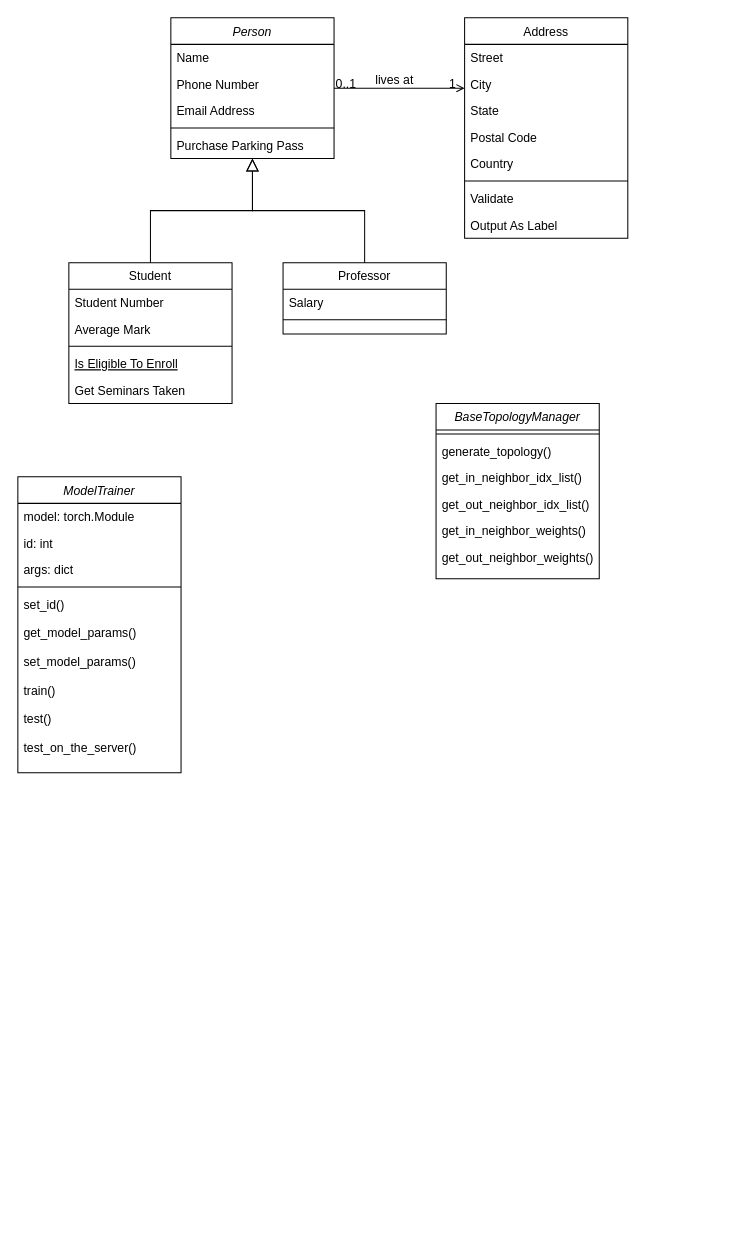
Above: FedML.drawio in joneswong/draw (draw.io), before the change. Source tidied: cells renumbered, new cells numbered last; positions are measured from the earlier drawing's top-left corner, leaving out a move shared by most shapes. Both pictures are drawn from the tidied source at 102%, with x=0, y=0 at pixel (17, 17).
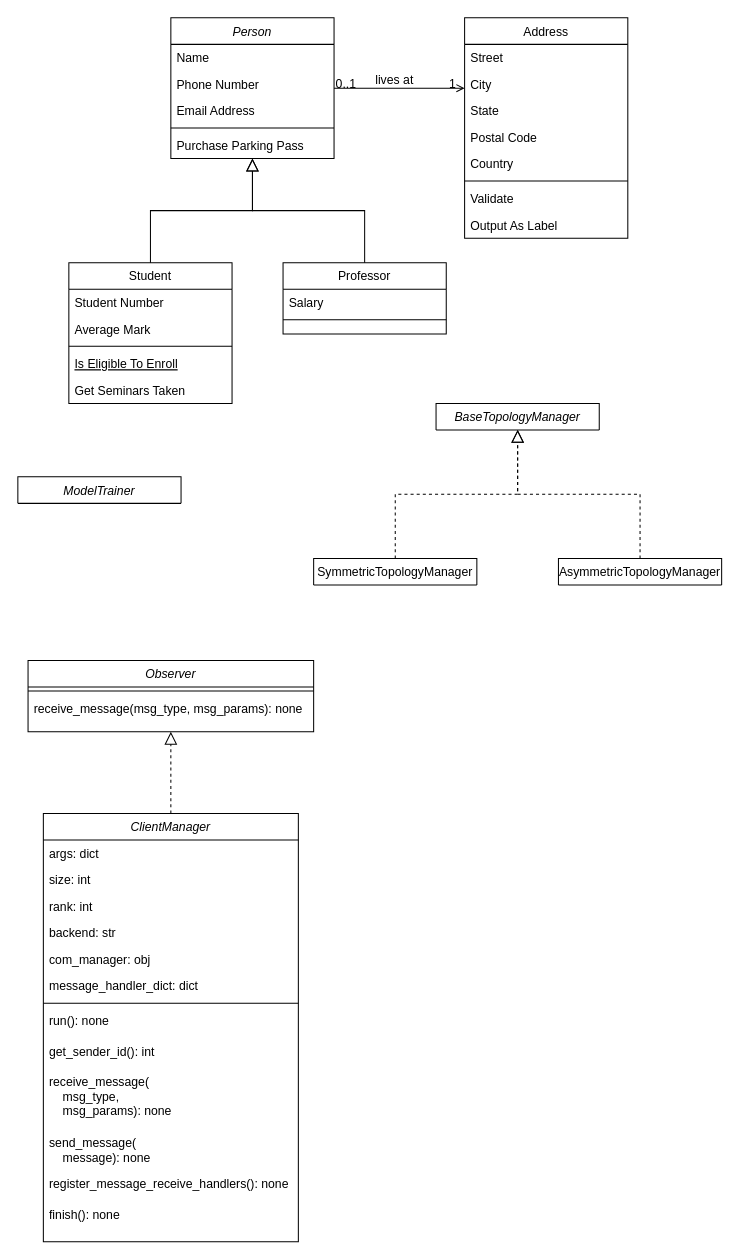
Above is the later version.

Diff of the diagram source:
```diff
@@
-    <mxCell id="32" value="ModelTrainer" style="swimlane;fontStyle=2;align=center;verticalAlign=top;horizontal=1;startSize=26;rounded=0;shadow=0;strokeWidth=1;" parent="1" vertex="1">
-      <mxGeometry y="450" width="160" height="290" as="geometry" />
+    <mxCell id="32" value="ModelTrainer" style="swimlane;fontStyle=2;align=center;verticalAlign=top;horizontal=1;startSize=26;rounded=0;shadow=0;strokeWidth=1;" parent="1" vertex="1" collapsed="1">
+      <mxGeometry y="450" width="160" height="26" as="geometry" />
     </mxCell>
-    <mxCell id="33" value="model: torch.Module" style="text;align=left;verticalAlign=top;spacingLeft=4;spacingRight=4;overflow=hidden;" parent="32" vertex="1">
-      <mxGeometry y="26" width="160" height="26" as="geometry" />
-    </mxCell>
-    <mxCell id="34" value="id: int" style="text;align=left;verticalAlign=top;spacingLeft=4;spacingRight=4;overflow=hidden;rounded=0;shadow=0;html=0;" parent="32" vertex="1">
-      <mxGeometry y="52" width="160" height="26" as="geometry" />
-    </mxCell>
+    <mxCell id="43" value="BaseTopologyManager" style="swimlane;fontStyle=2;align=center;verticalAlign=top;horizontal=1;startSize=26;rounded=0;shadow=0;strokeWidth=1;" parent="1" vertex="1" collapsed="1">
+      <mxGeometry x="410" y="378" width="160" height="26" as="geometry" />
+    </mxCell>
+    <mxCell id="50" value="SymmetricTopologyManager" style="swimlane;fontStyle=0;align=center;verticalAlign=top;horizontal=1;startSize=26;rounded=0;shadow=0;strokeWidth=1;" parent="1" vertex="1" collapsed="1">
+      <mxGeometry x="290" y="530" width="160" height="26" as="geometry" />
+    </mxCell>
+    <mxCell id="51" style="endArrow=block;endSize=10;endFill=0;shadow=0;strokeWidth=1;rounded=0;edgeStyle=elbowEdgeStyle;elbow=vertical;exitX=0.5;exitY=0;exitDx=0;exitDy=0;entryX=0.5;entryY=1;entryDx=0;entryDy=0;dashed=1;" parent="1" edge="1" source="50" target="43">
+      <mxGeometry relative="1" as="geometry" />
+    </mxCell>
+    <mxCell id="52" value="AsymmetricTopologyManager" style="swimlane;fontStyle=0;align=center;verticalAlign=top;horizontal=1;startSize=26;rounded=0;shadow=0;strokeWidth=1;" parent="1" vertex="1" collapsed="1">
+      <mxGeometry x="530" y="530" width="160" height="26" as="geometry" />
+    </mxCell>
+    <mxCell id="53" style="endArrow=block;endSize=10;endFill=0;shadow=0;strokeWidth=1;rounded=0;edgeStyle=elbowEdgeStyle;elbow=vertical;entryX=0.5;entryY=1;entryDx=0;entryDy=0;exitX=0.5;exitY=0;exitDx=0;exitDy=0;dashed=1;" parent="1" edge="1" source="52" target="43">
+      <mxGeometry relative="1" as="geometry" />
+    </mxCell>
+    <mxCell id="54" value="Observer" style="swimlane;fontStyle=2;align=center;verticalAlign=top;horizontal=1;startSize=26;rounded=0;shadow=0;strokeWidth=1;" parent="1" vertex="1">
+      <mxGeometry x="10" y="630" width="280" height="70" as="geometry" />
+    </mxCell>
+    <mxCell id="55" style="line;html=1;strokeWidth=1;align=left;verticalAlign=middle;spacingTop=-1;spacingLeft=3;spacingRight=3;labelPosition=right;" parent="54" vertex="1">
+      <mxGeometry y="26" width="280" height="8" as="geometry" />
+    </mxCell>
+    <mxCell id="56" value="receive_message(msg_type, msg_params): none" style="text;align=left;verticalAlign=top;spacingLeft=4;spacingRight=4;overflow=hidden;" parent="54" vertex="1">
+      <mxGeometry y="34" width="280" height="26" as="geometry" />
+    </mxCell>
+    <mxCell id="57" value="ClientManager" style="swimlane;fontStyle=2;align=center;verticalAlign=top;horizontal=1;startSize=26;rounded=0;shadow=0;strokeWidth=1;" parent="1" vertex="1">
+      <mxGeometry x="25" y="780" width="250" height="420" as="geometry" />
+    </mxCell>
-    <mxCell id="35" value="args: dict" style="text;align=left;verticalAlign=top;spacingLeft=4;spacingRight=4;overflow=hidden;rounded=0;shadow=0;html=0;" parent="32" vertex="1">
-      <mxGeometry y="78" width="160" height="26" as="geometry" />
+    <mxCell id="35" value="args: dict" style="text;align=left;verticalAlign=top;spacingLeft=4;spacingRight=4;overflow=hidden;" parent="57" vertex="1">
+      <mxGeometry y="26" width="250" height="26" as="geometry" />
     </mxCell>
-    <mxCell id="36" style="line;html=1;strokeWidth=1;align=left;verticalAlign=middle;spacingTop=-1;spacingLeft=3;spacingRight=3;labelPosition=right;" parent="32" vertex="1">
-      <mxGeometry y="104" width="160" height="8" as="geometry" />
-    </mxCell>
-    <mxCell id="37" value="set_id()" style="text;align=left;verticalAlign=top;spacingLeft=4;spacingRight=4;overflow=hidden;" parent="32" vertex="1">
-      <mxGeometry y="112" width="160" height="28" as="geometry" />
-    </mxCell>
-    <mxCell id="38" value="get_model_params()" style="text;align=left;verticalAlign=top;spacingLeft=4;spacingRight=4;overflow=hidden;" parent="32" vertex="1">
-      <mxGeometry y="140" width="160" height="28" as="geometry" />
-    </mxCell>
-    <mxCell id="39" value="set_model_params()" style="text;align=left;verticalAlign=top;spacingLeft=4;spacingRight=4;overflow=hidden;" parent="32" vertex="1">
-      <mxGeometry y="168" width="160" height="28" as="geometry" />
-    </mxCell>
-    <mxCell id="40" value="train()" style="text;align=left;verticalAlign=top;spacingLeft=4;spacingRight=4;overflow=hidden;" parent="32" vertex="1">
-      <mxGeometry y="196" width="160" height="28" as="geometry" />
-    </mxCell>
-    <mxCell id="41" value="test()" style="text;align=left;verticalAlign=top;spacingLeft=4;spacingRight=4;overflow=hidden;" parent="32" vertex="1">
-      <mxGeometry y="224" width="160" height="28" as="geometry" />
-    </mxCell>
-    <mxCell id="42" value="test_on_the_server()" style="text;align=left;verticalAlign=top;spacingLeft=4;spacingRight=4;overflow=hidden;" parent="32" vertex="1">
-      <mxGeometry y="252" width="160" height="28" as="geometry" />
-    </mxCell>
-    <mxCell id="43" value="BaseTopologyManager" style="swimlane;fontStyle=2;align=center;verticalAlign=top;horizontal=1;startSize=26;rounded=0;shadow=0;strokeWidth=1;" parent="1" vertex="1">
-      <mxGeometry x="410" y="378" width="160" height="172" as="geometry" />
-    </mxCell>
-    <mxCell id="44" style="line;html=1;strokeWidth=1;align=left;verticalAlign=middle;spacingTop=-1;spacingLeft=3;spacingRight=3;labelPosition=right;" parent="43" vertex="1">
-      <mxGeometry y="26" width="160" height="8" as="geometry" />
-    </mxCell>
-    <mxCell id="45" value="generate_topology()" style="text;align=left;verticalAlign=top;spacingLeft=4;spacingRight=4;overflow=hidden;" parent="43" vertex="1">
-      <mxGeometry y="34" width="160" height="26" as="geometry" />
-    </mxCell>
-    <mxCell id="46" value="get_in_neighbor_idx_list()" style="text;align=left;verticalAlign=top;spacingLeft=4;spacingRight=4;overflow=hidden;" parent="43" vertex="1">
-      <mxGeometry y="60" width="160" height="26" as="geometry" />
-    </mxCell>
-    <mxCell id="47" value="get_out_neighbor_idx_list()" style="text;align=left;verticalAlign=top;spacingLeft=4;spacingRight=4;overflow=hidden;" parent="43" vertex="1">
-      <mxGeometry y="86" width="160" height="26" as="geometry" />
-    </mxCell>
-    <mxCell id="48" value="get_in_neighbor_weights()" style="text;align=left;verticalAlign=top;spacingLeft=4;spacingRight=4;overflow=hidden;" parent="43" vertex="1">
-      <mxGeometry y="112" width="160" height="26" as="geometry" />
-    </mxCell>
-    <mxCell id="49" value="get_out_neighbor_weights()" style="text;align=left;verticalAlign=top;spacingLeft=4;spacingRight=4;overflow=hidden;" parent="43" vertex="1">
-      <mxGeometry y="138" width="160" height="26" as="geometry" />
-    </mxCell>
+    <mxCell id="58" value="size: int" style="text;align=left;verticalAlign=top;spacingLeft=4;spacingRight=4;overflow=hidden;rounded=0;shadow=0;html=0;" parent="57" vertex="1">
+      <mxGeometry y="52" width="250" height="26" as="geometry" />
+    </mxCell>
+    <mxCell id="59" value="rank: int" style="text;align=left;verticalAlign=top;spacingLeft=4;spacingRight=4;overflow=hidden;rounded=0;shadow=0;html=0;" parent="57" vertex="1">
+      <mxGeometry y="78" width="250" height="26" as="geometry" />
+    </mxCell>
+    <mxCell id="60" value="backend: str" style="text;align=left;verticalAlign=top;spacingLeft=4;spacingRight=4;overflow=hidden;rounded=0;shadow=0;html=0;" parent="57" vertex="1">
+      <mxGeometry y="104" width="250" height="26" as="geometry" />
+    </mxCell>
+    <mxCell id="61" value="com_manager: obj" style="text;align=left;verticalAlign=top;spacingLeft=4;spacingRight=4;overflow=hidden;rounded=0;shadow=0;html=0;" parent="57" vertex="1">
+      <mxGeometry y="130" width="250" height="26" as="geometry" />
+    </mxCell>
+    <mxCell id="62" value="message_handler_dict: dict" style="text;align=left;verticalAlign=top;spacingLeft=4;spacingRight=4;overflow=hidden;rounded=0;shadow=0;html=0;" parent="57" vertex="1">
+      <mxGeometry y="156" width="250" height="26" as="geometry" />
+    </mxCell>
+    <mxCell id="63" style="line;html=1;strokeWidth=1;align=left;verticalAlign=middle;spacingTop=-1;spacingLeft=3;spacingRight=3;labelPosition=right;" parent="57" vertex="1">
+      <mxGeometry y="182" width="250" height="8" as="geometry" />
+    </mxCell>
+    <mxCell id="64" value="run(): none" style="text;align=left;verticalAlign=top;spacingLeft=4;spacingRight=4;overflow=hidden;" parent="57" vertex="1">
+      <mxGeometry y="190" width="250" height="30" as="geometry" />
+    </mxCell>
+    <mxCell id="65" value="get_sender_id(): int" style="text;align=left;verticalAlign=top;spacingLeft=4;spacingRight=4;overflow=hidden;" parent="57" vertex="1">
+      <mxGeometry y="220" width="250" height="30" as="geometry" />
+    </mxCell>
+    <mxCell id="66" value="receive_message(&#10;    msg_type, &#10;    msg_params): none" style="text;align=left;verticalAlign=top;spacingLeft=4;spacingRight=4;overflow=hidden;" parent="57" vertex="1">
+      <mxGeometry y="250" width="250" height="60" as="geometry" />
+    </mxCell>
+    <mxCell id="67" value="send_message(&#10;    message): none" style="text;align=left;verticalAlign=top;spacingLeft=4;spacingRight=4;overflow=hidden;" parent="57" vertex="1">
+      <mxGeometry y="310" width="250" height="40" as="geometry" />
+    </mxCell>
+    <mxCell id="68" value="register_message_receive_handlers(): none" style="text;align=left;verticalAlign=top;spacingLeft=4;spacingRight=4;overflow=hidden;" parent="57" vertex="1">
+      <mxGeometry y="350" width="250" height="30" as="geometry" />
+    </mxCell>
+    <mxCell id="69" value="finish(): none" style="text;align=left;verticalAlign=top;spacingLeft=4;spacingRight=4;overflow=hidden;" parent="57" vertex="1">
+      <mxGeometry y="380" width="250" height="30" as="geometry" />
+    </mxCell>
+    <mxCell id="70" style="endArrow=block;endSize=10;endFill=0;shadow=0;strokeWidth=1;rounded=0;edgeStyle=elbowEdgeStyle;elbow=vertical;exitX=0.5;exitY=0;exitDx=0;exitDy=0;entryX=0.5;entryY=1;entryDx=0;entryDy=0;dashed=1;" parent="1" edge="1" source="57" target="54">
+      <mxGeometry relative="1" as="geometry" />
+    </mxCell>
```
